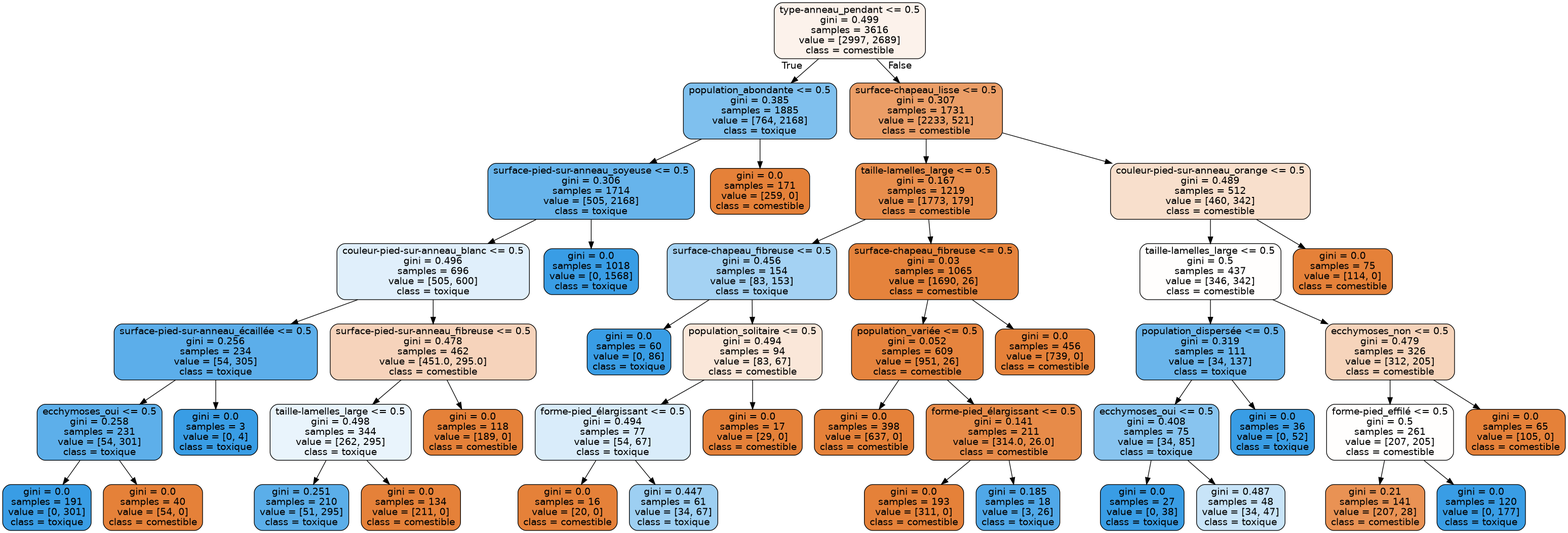
The Graphviz diagram TP/mushroom_tree_1.png in Laurent-Pa/DataScience-MachineLearning, before a commit. Its source is kept beside it as TP/mushroom_tree_1.dot.
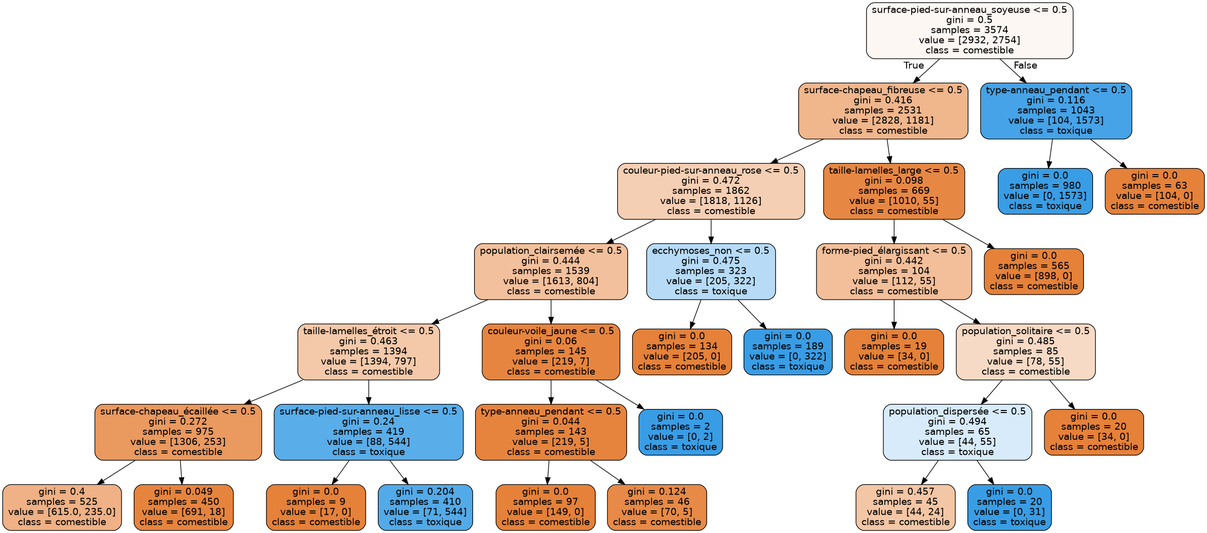
The same file after the commit.

The edit, as a diff of the source:
```diff
@@ -1,93 +1,65 @@
 digraph Tree {
 node [shape=box, style="filled, rounded", color="black", fontname="helvetica"] ;
 edge [fontname="helvetica"] ;
-0 [label="type-anneau_pendant <= 0.5\ngini = 0.499\nsamples = 3616\nvalue = [2997, 2689]\nclass = comestible", fillcolor="#fcf2eb"] ;
-1 [label="population_abondante <= 0.5\ngini = 0.385\nsamples = 1885\nvalue = [764, 2168]\nclass = toxique", fillcolor="#7fc0ee"] ;
+0 [label="surface-pied-sur-anneau_soyeuse <= 0.5\ngini = 0.5\nsamples = 3574\nvalue = [2932, 2754]\nclass = comestible", fillcolor="#fdf7f3"] ;
+1 [label="surface-chapeau_fibreuse <= 0.5\ngini = 0.416\nsamples = 2531\nvalue = [2828, 1181]\nclass = comestible", fillcolor="#f0b68c"] ;
 0 -> 1 [labeldistance=2.5, labelangle=45, headlabel="True"] ;
-2 [label="surface-pied-sur-anneau_soyeuse <= 0.5\ngini = 0.306\nsamples = 1714\nvalue = [505, 2168]\nclass = toxique", fillcolor="#67b4eb"] ;
+2 [label="couleur-pied-sur-anneau_rose <= 0.5\ngini = 0.472\nsamples = 1862\nvalue = [1818, 1126]\nclass = comestible", fillcolor="#f5cfb4"] ;
 1 -> 2 ;
-3 [label="couleur-pied-sur-anneau_blanc <= 0.5\ngini = 0.496\nsamples = 696\nvalue = [505, 600]\nclass = toxique", fillcolor="#e0effb"] ;
+3 [label="population_clairsemée <= 0.5\ngini = 0.444\nsamples = 1539\nvalue = [1613, 804]\nclass = comestible", fillcolor="#f2c09c"] ;
 2 -> 3 ;
-4 [label="surface-pied-sur-anneau_écaillée <= 0.5\ngini = 0.256\nsamples = 234\nvalue = [54, 305]\nclass = toxique", fillcolor="#5caeea"] ;
+4 [label="taille-lamelles_étroit <= 0.5\ngini = 0.463\nsamples = 1394\nvalue = [1394, 797]\nclass = comestible", fillcolor="#f4c9aa"] ;
 3 -> 4 ;
-5 [label="ecchymoses_oui <= 0.5\ngini = 0.258\nsamples = 231\nvalue = [54, 301]\nclass = toxique", fillcolor="#5dafea"] ;
+5 [label="surface-chapeau_écaillée <= 0.5\ngini = 0.272\nsamples = 975\nvalue = [1306, 253]\nclass = comestible", fillcolor="#ea995f"] ;
 4 -> 5 ;
-6 [label="gini = 0.0\nsamples = 191\nvalue = [0, 301]\nclass = toxique", fillcolor="#399de5"] ;
+6 [label="gini = 0.4\nsamples = 525\nvalue = [615.0, 235.0]\nclass = comestible", fillcolor="#efb185"] ;
 5 -> 6 ;
-7 [label="gini = 0.0\nsamples = 40\nvalue = [54, 0]\nclass = comestible", fillcolor="#e58139"] ;
+7 [label="gini = 0.049\nsamples = 450\nvalue = [691, 18]\nclass = comestible", fillcolor="#e6843e"] ;
 5 -> 7 ;
-8 [label="gini = 0.0\nsamples = 3\nvalue = [0, 4]\nclass = toxique", fillcolor="#399de5"] ;
+8 [label="surface-pied-sur-anneau_lisse <= 0.5\ngini = 0.24\nsamples = 419\nvalue = [88, 544]\nclass = toxique", fillcolor="#59ade9"] ;
 4 -> 8 ;
-9 [label="surface-pied-sur-anneau_fibreuse <= 0.5\ngini = 0.478\nsamples = 462\nvalue = [451.0, 295.0]\nclass = comestible", fillcolor="#f6d3bb"] ;
-3 -> 9 ;
-10 [label="taille-lamelles_large <= 0.5\ngini = 0.498\nsamples = 344\nvalue = [262, 295]\nclass = toxique", fillcolor="#e9f4fc"] ;
-9 -> 10 ;
-11 [label="gini = 0.251\nsamples = 210\nvalue = [51, 295]\nclass = toxique", fillcolor="#5baee9"] ;
-10 -> 11 ;
-12 [label="gini = 0.0\nsamples = 134\nvalue = [211, 0]\nclass = comestible", fillcolor="#e58139"] ;
-10 -> 12 ;
-13 [label="gini = 0.0\nsamples = 118\nvalue = [189, 0]\nclass = comestible", fillcolor="#e58139"] ;
-9 -> 13 ;
-14 [label="gini = 0.0\nsamples = 1018\nvalue = [0, 1568]\nclass = toxique", fillcolor="#399de5"] ;
-2 -> 14 ;
-15 [label="gini = 0.0\nsamples = 171\nvalue = [259, 0]\nclass = comestible", fillcolor="#e58139"] ;
-1 -> 15 ;
-16 [label="surface-chapeau_lisse <= 0.5\ngini = 0.307\nsamples = 1731\nvalue = [2233, 521]\nclass = comestible", fillcolor="#eb9e67"] ;
-0 -> 16 [labeldistance=2.5, labelangle=-45, headlabel="False"] ;
-17 [label="taille-lamelles_large <= 0.5\ngini = 0.167\nsamples = 1219\nvalue = [1773, 179]\nclass = comestible", fillcolor="#e88e4d"] ;
+9 [label="gini = 0.0\nsamples = 9\nvalue = [17, 0]\nclass = comestible", fillcolor="#e58139"] ;
+8 -> 9 ;
+10 [label="gini = 0.204\nsamples = 410\nvalue = [71, 544]\nclass = toxique", fillcolor="#53aae8"] ;
+8 -> 10 ;
+11 [label="couleur-voile_jaune <= 0.5\ngini = 0.06\nsamples = 145\nvalue = [219, 7]\nclass = comestible", fillcolor="#e6853f"] ;
+3 -> 11 ;
+12 [label="type-anneau_pendant <= 0.5\ngini = 0.044\nsamples = 143\nvalue = [219, 5]\nclass = comestible", fillcolor="#e6843e"] ;
+11 -> 12 ;
+13 [label="gini = 0.0\nsamples = 97\nvalue = [149, 0]\nclass = comestible", fillcolor="#e58139"] ;
+12 -> 13 ;
+14 [label="gini = 0.124\nsamples = 46\nvalue = [70, 5]\nclass = comestible", fillcolor="#e78a47"] ;
+12 -> 14 ;
+15 [label="gini = 0.0\nsamples = 2\nvalue = [0, 2]\nclass = toxique", fillcolor="#399de5"] ;
+11 -> 15 ;
+16 [label="ecchymoses_non <= 0.5\ngini = 0.475\nsamples = 323\nvalue = [205, 322]\nclass = toxique", fillcolor="#b7dbf6"] ;
+2 -> 16 ;
+17 [label="gini = 0.0\nsamples = 134\nvalue = [205, 0]\nclass = comestible", fillcolor="#e58139"] ;
 16 -> 17 ;
-18 [label="surface-chapeau_fibreuse <= 0.5\ngini = 0.456\nsamples = 154\nvalue = [83, 153]\nclass = toxique", fillcolor="#a4d2f3"] ;
-17 -> 18 ;
-19 [label="gini = 0.0\nsamples = 60\nvalue = [0, 86]\nclass = toxique", fillcolor="#399de5"] ;
-18 -> 19 ;
-20 [label="population_solitaire <= 0.5\ngini = 0.494\nsamples = 94\nvalue = [83, 67]\nclass = comestible", fillcolor="#fae7d9"] ;
-18 -> 20 ;
-21 [label="forme-pied_élargissant <= 0.5\ngini = 0.494\nsamples = 77\nvalue = [54, 67]\nclass = toxique", fillcolor="#d9ecfa"] ;
+18 [label="gini = 0.0\nsamples = 189\nvalue = [0, 322]\nclass = toxique", fillcolor="#399de5"] ;
+16 -> 18 ;
+19 [label="taille-lamelles_large <= 0.5\ngini = 0.098\nsamples = 669\nvalue = [1010, 55]\nclass = comestible", fillcolor="#e68844"] ;
+1 -> 19 ;
+20 [label="forme-pied_élargissant <= 0.5\ngini = 0.442\nsamples = 104\nvalue = [112, 55]\nclass = comestible", fillcolor="#f2bf9a"] ;
+19 -> 20 ;
+21 [label="gini = 0.0\nsamples = 19\nvalue = [34, 0]\nclass = comestible", fillcolor="#e58139"] ;
 20 -> 21 ;
-22 [label="gini = 0.0\nsamples = 16\nvalue = [20, 0]\nclass = comestible", fillcolor="#e58139"] ;
-21 -> 22 ;
-23 [label="gini = 0.447\nsamples = 61\nvalue = [34, 67]\nclass = toxique", fillcolor="#9dcff2"] ;
-21 -> 23 ;
-24 [label="gini = 0.0\nsamples = 17\nvalue = [29, 0]\nclass = comestible", fillcolor="#e58139"] ;
-20 -> 24 ;
-25 [label="surface-chapeau_fibreuse <= 0.5\ngini = 0.03\nsamples = 1065\nvalue = [1690, 26]\nclass = comestible", fillcolor="#e5833c"] ;
-17 -> 25 ;
-26 [label="population_variée <= 0.5\ngini = 0.052\nsamples = 609\nvalue = [951, 26]\nclass = comestible", fillcolor="#e6843e"] ;
-25 -> 26 ;
-27 [label="gini = 0.0\nsamples = 398\nvalue = [637, 0]\nclass = comestible", fillcolor="#e58139"] ;
-26 -> 27 ;
-28 [label="forme-pied_élargissant <= 0.5\ngini = 0.141\nsamples = 211\nvalue = [314.0, 26.0]\nclass = comestible", fillcolor="#e78b49"] ;
-26 -> 28 ;
-29 [label="gini = 0.0\nsamples = 193\nvalue = [311, 0]\nclass = comestible", fillcolor="#e58139"] ;
+22 [label="population_solitaire <= 0.5\ngini = 0.485\nsamples = 85\nvalue = [78, 55]\nclass = comestible", fillcolor="#f7dac5"] ;
+20 -> 22 ;
+23 [label="population_dispersée <= 0.5\ngini = 0.494\nsamples = 65\nvalue = [44, 55]\nclass = toxique", fillcolor="#d7ebfa"] ;
+22 -> 23 ;
+24 [label="gini = 0.457\nsamples = 45\nvalue = [44, 24]\nclass = comestible", fillcolor="#f3c6a5"] ;
+23 -> 24 ;
+25 [label="gini = 0.0\nsamples = 20\nvalue = [0, 31]\nclass = toxique", fillcolor="#399de5"] ;
+23 -> 25 ;
+26 [label="gini = 0.0\nsamples = 20\nvalue = [34, 0]\nclass = comestible", fillcolor="#e58139"] ;
+22 -> 26 ;
+27 [label="gini = 0.0\nsamples = 565\nvalue = [898, 0]\nclass = comestible", fillcolor="#e58139"] ;
+19 -> 27 ;
+28 [label="type-anneau_pendant <= 0.5\ngini = 0.116\nsamples = 1043\nvalue = [104, 1573]\nclass = toxique", fillcolor="#46a3e7"] ;
+0 -> 28 [labeldistance=2.5, labelangle=-45, headlabel="False"] ;
+29 [label="gini = 0.0\nsamples = 980\nvalue = [0, 1573]\nclass = toxique", fillcolor="#399de5"] ;
 28 -> 29 ;
-30 [label="gini = 0.185\nsamples = 18\nvalue = [3, 26]\nclass = toxique", fillcolor="#50a8e8"] ;
+30 [label="gini = 0.0\nsamples = 63\nvalue = [104, 0]\nclass = comestible", fillcolor="#e58139"] ;
 28 -> 30 ;
-31 [label="gini = 0.0\nsamples = 456\nvalue = [739, 0]\nclass = comestible", fillcolor="#e58139"] ;
-25 -> 31 ;
-32 [label="couleur-pied-sur-anneau_orange <= 0.5\ngini = 0.489\nsamples = 512\nvalue = [460, 342]\nclass = comestible", fillcolor="#f8dfcc"] ;
-16 -> 32 ;
-33 [label="taille-lamelles_large <= 0.5\ngini = 0.5\nsamples = 437\nvalue = [346, 342]\nclass = comestible", fillcolor="#fffefd"] ;
-32 -> 33 ;
-34 [label="population_dispersée <= 0.5\ngini = 0.319\nsamples = 111\nvalue = [34, 137]\nclass = toxique", fillcolor="#6ab5eb"] ;
-33 -> 34 ;
-35 [label="ecchymoses_oui <= 0.5\ngini = 0.408\nsamples = 75\nvalue = [34, 85]\nclass = toxique", fillcolor="#88c4ef"] ;
-34 -> 35 ;
-36 [label="gini = 0.0\nsamples = 27\nvalue = [0, 38]\nclass = toxique", fillcolor="#399de5"] ;
-35 -> 36 ;
-37 [label="gini = 0.487\nsamples = 48\nvalue = [34, 47]\nclass = toxique", fillcolor="#c8e4f8"] ;
-35 -> 37 ;
-38 [label="gini = 0.0\nsamples = 36\nvalue = [0, 52]\nclass = toxique", fillcolor="#399de5"] ;
-34 -> 38 ;
-39 [label="ecchymoses_non <= 0.5\ngini = 0.479\nsamples = 326\nvalue = [312, 205]\nclass = comestible", fillcolor="#f6d4bb"] ;
-33 -> 39 ;
-40 [label="forme-pied_effilé <= 0.5\ngini = 0.5\nsamples = 261\nvalue = [207, 205]\nclass = comestible", fillcolor="#fffefd"] ;
-39 -> 40 ;
-41 [label="gini = 0.21\nsamples = 141\nvalue = [207, 28]\nclass = comestible", fillcolor="#e99254"] ;
-40 -> 41 ;
-42 [label="gini = 0.0\nsamples = 120\nvalue = [0, 177]\nclass = toxique", fillcolor="#399de5"] ;
-40 -> 42 ;
-43 [label="gini = 0.0\nsamples = 65\nvalue = [105, 0]\nclass = comestible", fillcolor="#e58139"] ;
-39 -> 43 ;
-44 [label="gini = 0.0\nsamples = 75\nvalue = [114, 0]\nclass = comestible", fillcolor="#e58139"] ;
-32 -> 44 ;
 }
```
